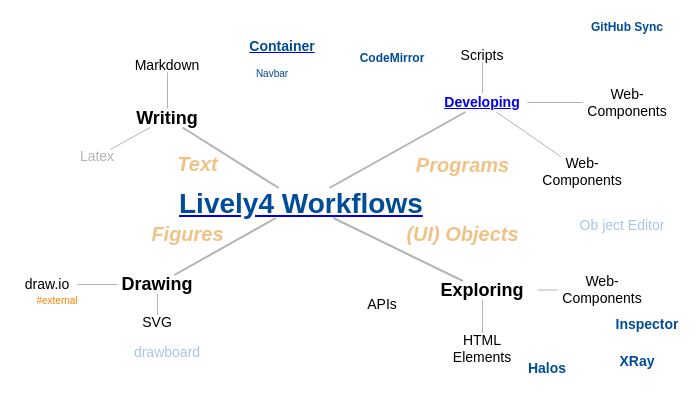
Before: doc/figures/workflows.drawio in LivelyKernel/lively4-core, a draw.io diagram. Source tidied: cells renumbered, new cells numbered last; positions are measured from the earlier drawing's top-left corner, leaving out a move shared by most shapes. Both pictures are drawn from the tidied source at 100%, with x=0, y=0 at pixel (17, 17).
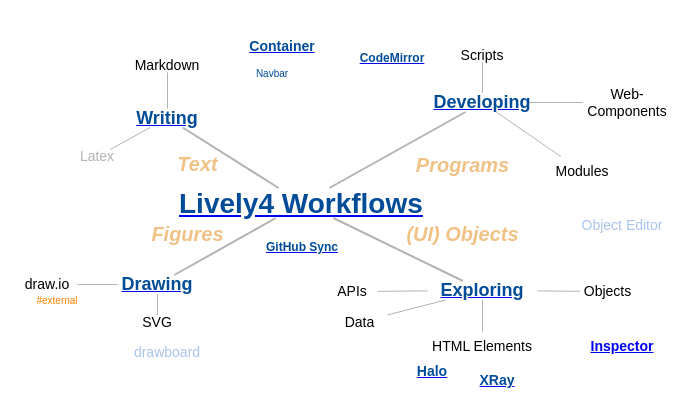
The same diagram, later.

The edit, as a diff of the source:
```diff
@@
-    <mxCell id="5" style="edgeStyle=none;jettySize=auto;html=1;endArrow=none;strokeColor=#B3B3B3;strokeWidth=1;fontSize=20;fontColor=#F0C286;" parent="1" edge="1" source="6" target="33">
-      <mxGeometry relative="1" as="geometry" />
-    </mxCell>
+    <mxCell id="44" style="edgeStyle=none;jettySize=auto;html=1;endArrow=none;strokeColor=#B3B3B3;strokeWidth=1;fontSize=20;fontColor=#F0C286;" parent="1" edge="1" source="6" target="45">
+      <mxGeometry relative="1" as="geometry" />
+    </mxCell>
-    <mxCell id="6" value="&lt;b&gt;Exploring&lt;/b&gt;" style="text;html=1;strokeColor=none;fillColor=none;align=center;verticalAlign=middle;whiteSpace=wrap;rounded=0;fontSize=18;" parent="1" vertex="1">
+    <mxCell id="6" value="&lt;b&gt;&lt;a href=&quot;../workflows/exploring.md&quot;&gt;&lt;font color=&quot;#004c99&quot;&gt;Exploring&lt;/font&gt;&lt;/a&gt;&lt;/b&gt;" style="text;html=1;strokeColor=none;fillColor=none;align=center;verticalAlign=middle;whiteSpace=wrap;rounded=0;fontSize=18;" parent="1" vertex="1">
       <mxGeometry x="410" y="263.5" width="110" height="19" as="geometry" />
     </mxCell>
+    <mxCell id="45" value="Objects" style="text;html=1;strokeColor=none;fillColor=none;align=center;verticalAlign=middle;whiteSpace=wrap;rounded=0;fontSize=14;" parent="1" vertex="1">
+      <mxGeometry x="562.5" y="264.5" width="55" height="19" as="geometry" />
+    </mxCell>
-    <mxCell id="7" value="Halos" style="text;html=1;strokeColor=none;fillColor=none;align=center;verticalAlign=middle;whiteSpace=wrap;rounded=0;fontSize=14;fontColor=#004C99;fontStyle=1;" parent="1" vertex="1">
-      <mxGeometry x="500" y="341.5" width="60" height="19" as="geometry" />
+    <mxCell id="7" value="&lt;a href=&quot;../tools/halo.md&quot;&gt;&lt;font color=&quot;#004c99&quot;&gt;Halo&lt;/font&gt;&lt;/a&gt;" style="text;html=1;strokeColor=none;fillColor=none;align=center;verticalAlign=middle;whiteSpace=wrap;rounded=0;fontSize=14;fontColor=#004C99;fontStyle=1;" parent="1" vertex="1">
+      <mxGeometry x="385" y="344" width="60" height="19" as="geometry" />
     </mxCell>
@@
-    <mxCell id="9" value="&lt;b&gt;Drawing&lt;/b&gt;" style="text;html=1;strokeColor=none;fillColor=none;align=center;verticalAlign=middle;whiteSpace=wrap;rounded=0;fontSize=18;" parent="1" vertex="1">
+    <mxCell id="9" value="&lt;b&gt;&lt;a href=&quot;../workflows/drawing.md&quot;&gt;&lt;font color=&quot;#004c99&quot;&gt;Drawing&lt;/font&gt;&lt;/a&gt;&lt;/b&gt;" style="text;html=1;strokeColor=none;fillColor=none;align=center;verticalAlign=middle;whiteSpace=wrap;rounded=0;fontSize=18;" parent="1" vertex="1">
       <mxGeometry x="100" y="257.5" width="80" height="19" as="geometry" />
     </mxCell>
@@
-    <mxCell id="11" value="&lt;b&gt;Writing&lt;/b&gt;" style="text;html=1;strokeColor=none;fillColor=none;align=center;verticalAlign=middle;whiteSpace=wrap;rounded=0;fontSize=18;" parent="1" vertex="1">
+    <mxCell id="11" value="&lt;b&gt;&lt;a href=&quot;../workflows/writing.md&quot;&gt;&lt;font color=&quot;#004c99&quot;&gt;Writing&lt;/font&gt;&lt;/a&gt;&lt;/b&gt;" style="text;html=1;strokeColor=none;fillColor=none;align=center;verticalAlign=middle;whiteSpace=wrap;rounded=0;fontSize=18;" parent="1" vertex="1">
       <mxGeometry x="80" y="91" width="140" height="19" as="geometry" />
     </mxCell>
@@
-    <mxCell id="17" value="&lt;b&gt;&lt;a href=&quot;../workflows/developing.md&quot;&gt;Developing&lt;/a&gt;&lt;/b&gt;" style="text;html=1;strokeColor=none;fillColor=none;align=center;verticalAlign=middle;whiteSpace=wrap;rounded=0;fontSize=14;fontColor=#004C99;fontStyle=1;" parent="1" vertex="1">
+    <mxCell id="17" value="&lt;b&gt;&lt;a href=&quot;../workflows/developing.md&quot;&gt;&lt;font color=&quot;#004c99&quot;&gt;Developing&lt;/font&gt;&lt;/a&gt;&lt;/b&gt;" style="text;html=1;strokeColor=none;fillColor=none;align=center;verticalAlign=middle;whiteSpace=wrap;rounded=0;fontSize=18;fontColor=#000000;" parent="1" vertex="1">
       <mxGeometry x="420" y="75.5" width="90" height="19" as="geometry" />
     </mxCell>
@@
-    <mxCell id="26" value="Web-Components" style="text;html=1;strokeColor=none;fillColor=none;align=center;verticalAlign=middle;whiteSpace=wrap;rounded=0;fontSize=14;" parent="1" vertex="1">
+    <mxCell id="26" value="Modules" style="text;html=1;strokeColor=none;fillColor=none;align=center;verticalAlign=middle;whiteSpace=wrap;rounded=0;fontSize=14;" parent="1" vertex="1">
       <mxGeometry x="520" y="139" width="90" height="30" as="geometry" />
     </mxCell>
@@
-    <mxCell id="28" value="Inspector" style="text;html=1;strokeColor=none;fillColor=none;align=center;verticalAlign=middle;whiteSpace=wrap;rounded=0;fontSize=14;fontColor=#004C99;fontStyle=1;" parent="1" vertex="1">
-      <mxGeometry x="600" y="297.5" width="60" height="19" as="geometry" />
+    <mxCell id="28" value="&lt;font color=&quot;#004c99&quot;&gt;&lt;a href=&quot;../tools/inspector.md&quot;&gt;Inspector&lt;/a&gt;&lt;/font&gt;" style="text;html=1;strokeColor=none;fillColor=none;align=center;verticalAlign=middle;whiteSpace=wrap;rounded=0;fontSize=14;fontColor=#004C99;fontStyle=1;" parent="1" vertex="1">
+      <mxGeometry x="575" y="319.5" width="60" height="19" as="geometry" />
     </mxCell>
@@
-    <mxCell id="31" value="CodeMirror" style="text;html=1;strokeColor=none;fillColor=none;align=center;verticalAlign=middle;whiteSpace=wrap;rounded=0;fontSize=12;fontColor=#004C99;fontStyle=1;" parent="1" vertex="1">
+    <mxCell id="31" value="&lt;a href=&quot;../tools/codemirror.md&quot;&gt;&lt;font color=&quot;#004c99&quot;&gt;CodeMirror&lt;/font&gt;&lt;/a&gt;" style="text;html=1;strokeColor=none;fillColor=none;align=center;verticalAlign=middle;whiteSpace=wrap;rounded=0;fontSize=12;fontColor=#004C99;fontStyle=1;" parent="1" vertex="1">
       <mxGeometry x="330" y="31" width="90" height="19" as="geometry" />
     </mxCell>
@@
-    <mxCell id="33" value="Web-Components" style="text;html=1;strokeColor=none;fillColor=none;align=center;verticalAlign=middle;whiteSpace=wrap;rounded=0;fontSize=14;" parent="1" vertex="1">
-      <mxGeometry x="540" y="257" width="90" height="30" as="geometry" />
-    </mxCell>
@@
     <mxCell id="39" value="HTML Elements" style="text;html=1;strokeColor=none;fillColor=none;align=center;verticalAlign=middle;whiteSpace=wrap;rounded=0;fontSize=14;" parent="1" vertex="1">
-      <mxGeometry x="420" y="315.5" width="90" height="30" as="geometry" />
+      <mxGeometry x="400" y="314" width="130" height="30" as="geometry" />
     </mxCell>
+    <mxCell id="46" style="edgeStyle=none;jettySize=auto;html=1;endArrow=none;strokeColor=#B3B3B3;strokeWidth=1;fontSize=20;fontColor=#F0C286;" parent="1" edge="1" source="40" target="6">
+      <mxGeometry relative="1" as="geometry" />
+    </mxCell>
     <mxCell id="40" value="APIs" style="text;html=1;strokeColor=none;fillColor=none;align=center;verticalAlign=middle;whiteSpace=wrap;rounded=0;fontSize=14;" parent="1" vertex="1">
-      <mxGeometry x="320" y="272" width="90" height="30" as="geometry" />
+      <mxGeometry x="310" y="259" width="50" height="30" as="geometry" />
     </mxCell>
-    <mxCell id="41" value="GitHub Sync" style="text;html=1;strokeColor=none;fillColor=none;align=center;verticalAlign=middle;whiteSpace=wrap;rounded=0;fontSize=12;fontColor=#004C99;fontStyle=1;" parent="1" vertex="1">
-      <mxGeometry x="565" width="90" height="19" as="geometry" />
+    <mxCell id="41" value="&lt;a href=&quot;../tools/sync.md&quot;&gt;&lt;font color=&quot;#004c99&quot;&gt;GitHub Sync&lt;/font&gt;&lt;/a&gt;" style="text;html=1;strokeColor=none;fillColor=none;align=center;verticalAlign=middle;whiteSpace=wrap;rounded=0;fontSize=12;fontColor=#004C99;fontStyle=1;" parent="1" vertex="1">
+      <mxGeometry x="240" y="220.5" width="90" height="19" as="geometry" />
     </mxCell>
-    <mxCell id="42" value="&lt;font color=&quot;#a9c4eb&quot;&gt;Ob ject Editor&lt;/font&gt;" style="text;html=1;strokeColor=none;fillColor=none;align=center;verticalAlign=middle;whiteSpace=wrap;rounded=0;fontSize=14;fontColor=#004C99;fontStyle=0;strokeOpacity=80;fillOpacity=80;" parent="1" vertex="1">
+    <mxCell id="42" value="&lt;font color=&quot;#a9c4eb&quot;&gt;Object Editor&lt;/font&gt;" style="text;html=1;strokeColor=none;fillColor=none;align=center;verticalAlign=middle;whiteSpace=wrap;rounded=0;fontSize=14;fontColor=#004C99;fontStyle=0;strokeOpacity=80;fillOpacity=80;" parent="1" vertex="1">
       <mxGeometry x="550" y="201" width="110" height="14" as="geometry" />
     </mxCell>
-    <mxCell id="43" value="XRay" style="text;html=1;strokeColor=none;fillColor=none;align=center;verticalAlign=middle;whiteSpace=wrap;rounded=0;fontSize=14;fontColor=#004C99;fontStyle=1;" parent="1" vertex="1">
-      <mxGeometry x="590" y="334.5" width="60" height="19" as="geometry" />
+    <mxCell id="43" value="&lt;a href=&quot;../tools/xray.md&quot;&gt;&lt;font color=&quot;#004c99&quot;&gt;XRay&lt;/font&gt;&lt;/a&gt;" style="text;html=1;strokeColor=none;fillColor=none;align=center;verticalAlign=middle;whiteSpace=wrap;rounded=0;fontSize=14;fontColor=#004C99;fontStyle=1;" parent="1" vertex="1">
+      <mxGeometry x="450" y="353.5" width="60" height="19" as="geometry" />
     </mxCell>
+    <mxCell id="47" style="edgeStyle=none;jettySize=auto;html=1;endArrow=none;strokeColor=#B3B3B3;strokeWidth=1;fontSize=20;fontColor=#F0C286;" parent="1" edge="1" source="48" target="6">
+      <mxGeometry relative="1" as="geometry" />
+    </mxCell>
+    <mxCell id="48" value="Data" style="text;html=1;strokeColor=none;fillColor=none;align=center;verticalAlign=middle;whiteSpace=wrap;rounded=0;fontSize=14;" parent="1" vertex="1">
+      <mxGeometry x="315" y="295" width="55" height="19" as="geometry" />
+    </mxCell>
```
